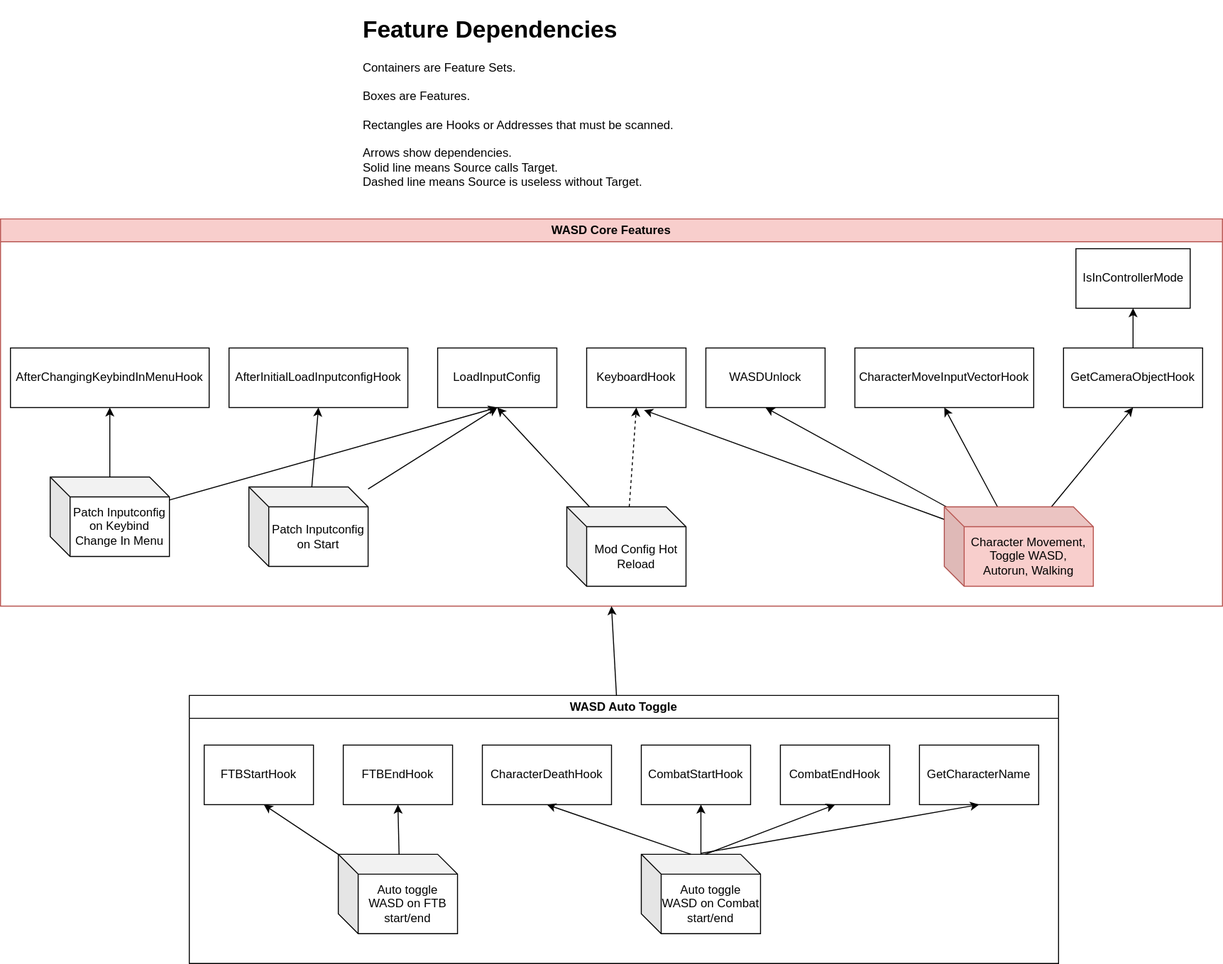
Above: doc/feature_dependencies.drawio.svg in Ch4nKyy/BG3WASD (draw.io), before the change. Source tidied: cells renumbered, new cells last; positions are measured from the earlier drawing's top-left corner, leaving out a move shared by most shapes.
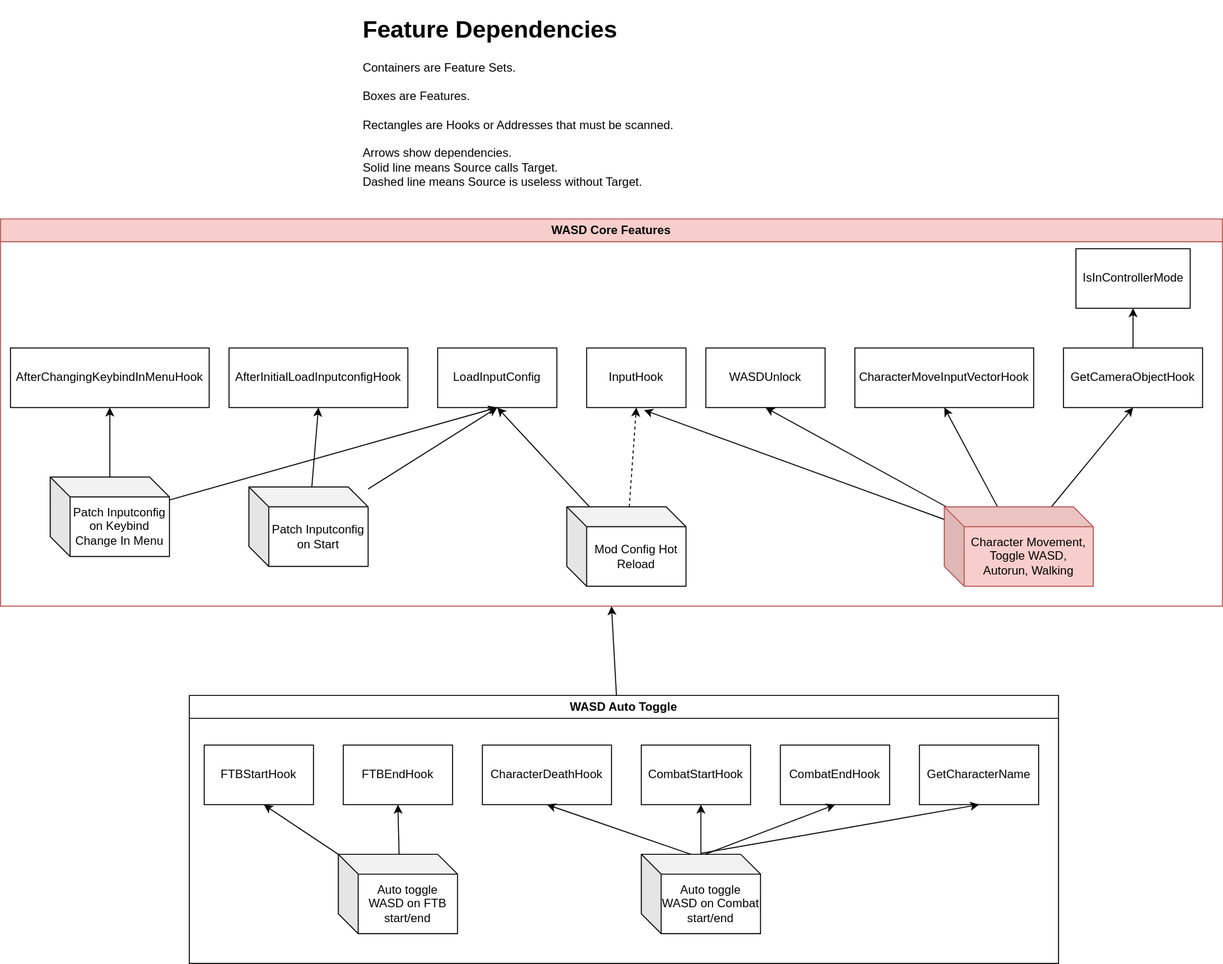
After the commit.

Diff of the diagram source:
```diff
@@ -43,7 +43,7 @@
     <mxCell id="14" value="CharacterMoveInputVectorHook" style="rounded=0;whiteSpace=wrap;html=1;" parent="4" vertex="1">
       <mxGeometry x="860" y="130" width="180" height="60" as="geometry" />
     </mxCell>
-    <mxCell id="15" value="KeyboardHook" style="rounded=0;whiteSpace=wrap;html=1;" parent="4" vertex="1">
+    <mxCell id="15" value="InputHook" style="rounded=0;whiteSpace=wrap;html=1;" parent="4" vertex="1">
       <mxGeometry x="590" y="130" width="100" height="60" as="geometry" />
     </mxCell>
     <mxCell id="16" style="edgeStyle=none;html=1;entryX=0.5;entryY=1;entryDx=0;entryDy=0;" parent="4" edge="1" source="18" target="19">
```
